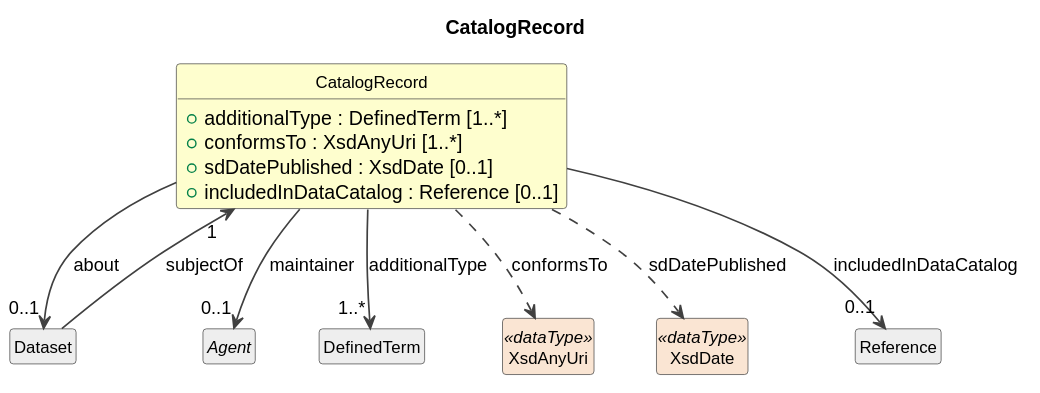
Before: cdif-uml-model/_plantuml/cdifArchiveDistribution/Classes/CatalogRecord.svg, a diagram exported from PlantUML (Cross-Domain-Interoperability-Framework/metadataBuildingBlocks). Source of this version:
```plantuml
@startuml
title CatalogRecord
hide circle
hide empty members
skinparam shadowing false
skinparam ArrowThickness 1.2
skinparam class {
  ArrowColor #404040
  BorderColor #404040
  FontSize 12
}

class "CatalogRecord" as CatalogRecord #FEFECE {
  +additionalType : DefinedTerm [1..*]
  +conformsTo : XsdAnyUri [1..*]
  +sdDatePublished : XsdDate [0..1]
  +includedInDataCatalog : Reference [0..1]
}
class "Dataset" as Dataset #EEEEEE
Dataset --> "1" CatalogRecord : subjectOf
CatalogRecord --> "0..1" Dataset : about
abstract class "Agent" as Agent #EEEEEE
CatalogRecord --> "0..1" Agent : maintainer
class "DefinedTerm" as DefinedTerm #EEEEEE
CatalogRecord --> "1..*" DefinedTerm : additionalType
class "XsdAnyUri" as XsdAnyUri <<dataType>> #FAE5D3
CatalogRecord ..> XsdAnyUri : conformsTo
class "XsdDate" as XsdDate <<dataType>> #FAE5D3
CatalogRecord ..> XsdDate : sdDatePublished
class "Reference" as Reference #EEEEEE
CatalogRecord --> "0..1" Reference : includedInDataCatalog
@enduml
```
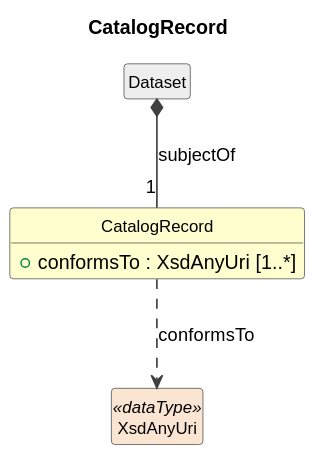
The same file after the commit.

The edit, as a diff of the source:
```diff
@@ -11,22 +11,10 @@
 }
 
 class "CatalogRecord" as CatalogRecord #FEFECE {
-  +additionalType : DefinedTerm [1..*]
   +conformsTo : XsdAnyUri [1..*]
-  +sdDatePublished : XsdDate [0..1]
-  +includedInDataCatalog : Reference [0..1]
 }
 class "Dataset" as Dataset #EEEEEE
-Dataset --> "1" CatalogRecord : subjectOf
-CatalogRecord --> "0..1" Dataset : about
-abstract class "Agent" as Agent #EEEEEE
-CatalogRecord --> "0..1" Agent : maintainer
-class "DefinedTerm" as DefinedTerm #EEEEEE
-CatalogRecord --> "1..*" DefinedTerm : additionalType
+Dataset *-- "1" CatalogRecord : subjectOf
 class "XsdAnyUri" as XsdAnyUri <<dataType>> #FAE5D3
 CatalogRecord ..> XsdAnyUri : conformsTo
-class "XsdDate" as XsdDate <<dataType>> #FAE5D3
-CatalogRecord ..> XsdDate : sdDatePublished
-class "Reference" as Reference #EEEEEE
-CatalogRecord --> "0..1" Reference : includedInDataCatalog
 @enduml
```
